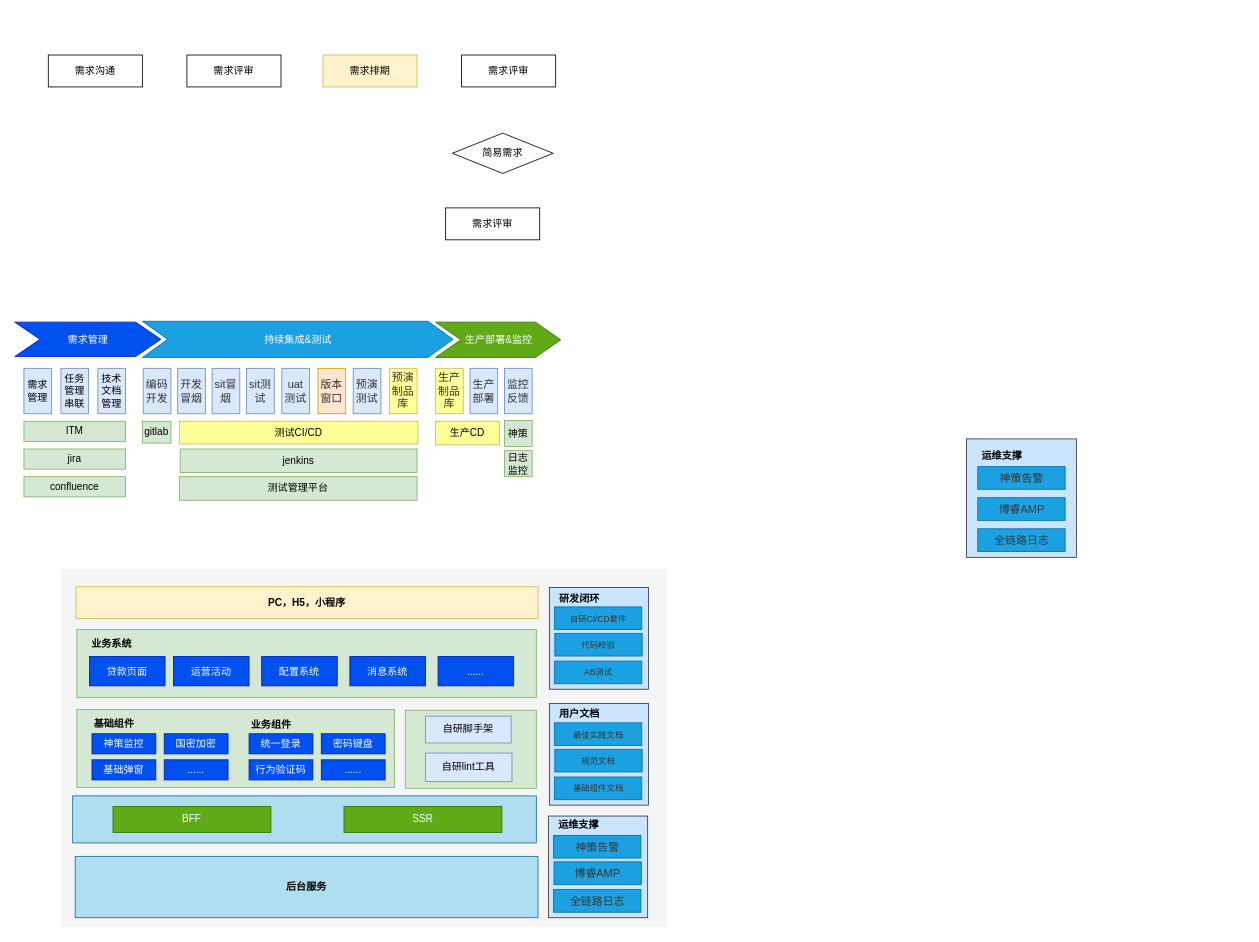
Earlier version of the draw.io diagram src/Untitled Diagram.drawio (qqstt/diagram). Source tidied: cells renumbered, new cells numbered last; positions are measured from the earlier drawing's top-left corner, leaving out a move shared by most shapes. Both pictures are drawn from the tidied source at 84%, with x=0, y=0 at pixel (14, 55).
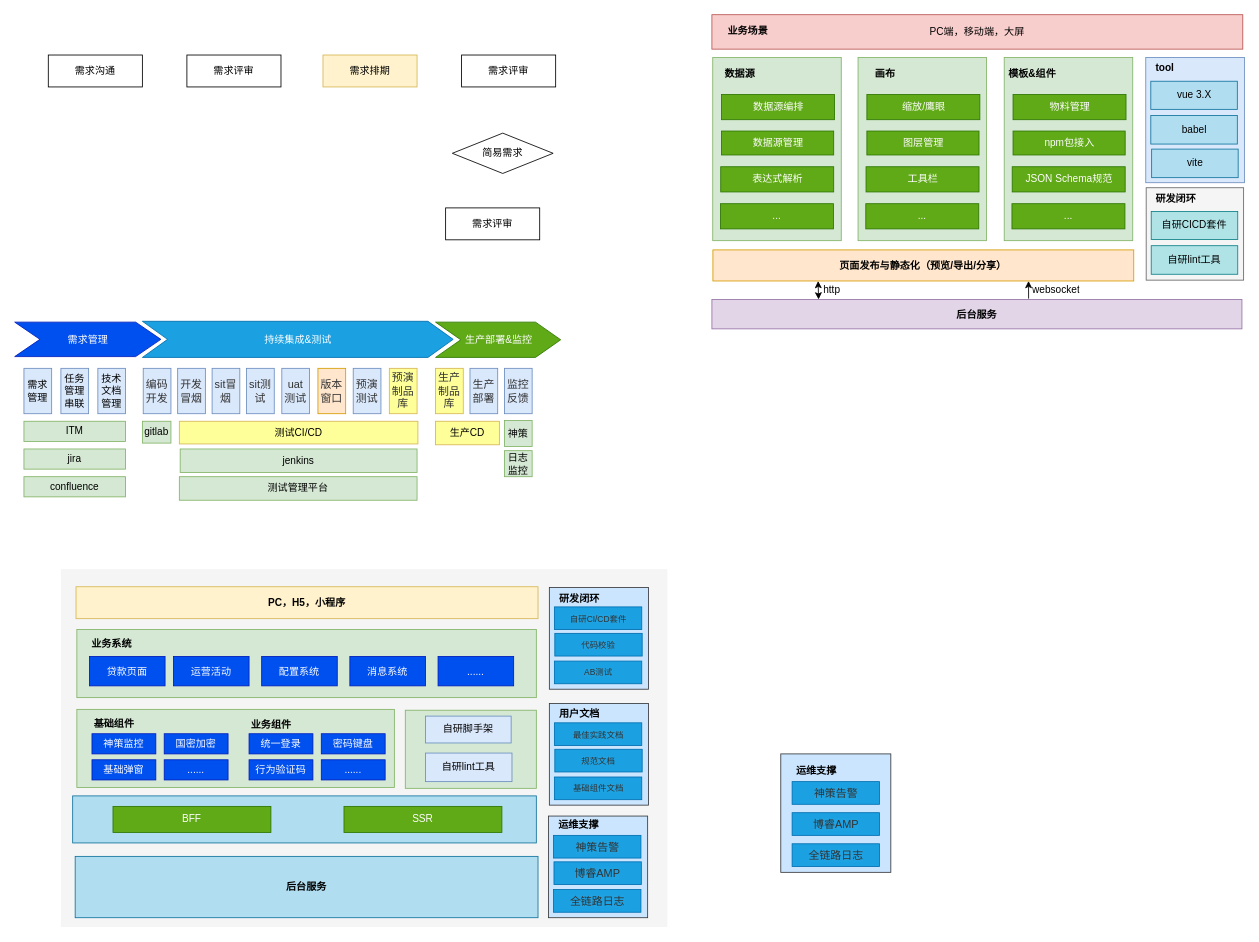
The same page after the edit.

What changed in the source:
```diff
@@
     <mxCell id="52" style="rounded=0;whiteSpace=wrap;html=1;fillColor=#cce5ff;strokeColor=#36393d;" parent="1" vertex="1">
-      <mxGeometry x="1133" y="457" width="131" height="141" as="geometry" />
+      <mxGeometry x="912" y="832" width="131" height="141" as="geometry" />
     </mxCell>
     <mxCell id="53" value="&lt;b&gt;运维支撑&lt;/b&gt;" style="text;html=1;align=center;verticalAlign=middle;fillColor=none;strokeColor=none;rounded=0;" parent="1" vertex="1">
-      <mxGeometry x="1146" y="468" width="58" height="18" as="geometry" />
+      <mxGeometry x="925" y="843" width="58" height="18" as="geometry" />
     </mxCell>
     <mxCell id="54" value="&lt;font color=&quot;#323232&quot;&gt;&lt;span style=&quot;font-size: 13px ; background-color: rgba(255 , 255 , 255 , 0.01)&quot;&gt;神策告警&lt;/span&gt;&lt;/font&gt;" style="rounded=0;whiteSpace=wrap;html=1;fillColor=#1ba1e2;strokeColor=#006EAF;fontColor=#ffffff;" parent="1" vertex="1">
-      <mxGeometry x="1146.5" y="490" width="104" height="27" as="geometry" />
+      <mxGeometry x="925.5" y="865" width="104" height="27" as="geometry" />
     </mxCell>
     <mxCell id="55" value="&lt;font color=&quot;#323232&quot;&gt;&lt;span style=&quot;font-size: 13px ; background-color: rgba(255 , 255 , 255 , 0.01)&quot;&gt;博睿AMP&lt;/span&gt;&lt;/font&gt;" style="rounded=0;whiteSpace=wrap;html=1;fillColor=#1ba1e2;strokeColor=#006EAF;fontColor=#ffffff;" parent="1" vertex="1">
-      <mxGeometry x="1146.5" y="527" width="104" height="27" as="geometry" />
+      <mxGeometry x="925.5" y="902" width="104" height="27" as="geometry" />
     </mxCell>
     <mxCell id="56" value="&lt;font color=&quot;#323232&quot;&gt;&lt;span style=&quot;font-size: 13px ; background-color: rgba(255 , 255 , 255 , 0.01)&quot;&gt;全链路日志&lt;/span&gt;&lt;/font&gt;" style="rounded=0;whiteSpace=wrap;html=1;fillColor=#1ba1e2;strokeColor=#006EAF;fontColor=#ffffff;" parent="1" vertex="1">
-      <mxGeometry x="1146.5" y="564" width="104" height="27" as="geometry" />
+      <mxGeometry x="925.5" y="939" width="104" height="27" as="geometry" />
     </mxCell>
@@
+    <mxCell id="82" style="rounded=0;whiteSpace=wrap;html=1;fillColor=#d5e8d4;strokeColor=#82b366;" parent="1" vertex="1">
+      <mxGeometry x="831" y="3" width="153" height="218" as="geometry" />
+    </mxCell>
+    <mxCell id="83" value="&lt;b&gt;数据源&lt;/b&gt;" style="text;html=1;align=center;verticalAlign=middle;fillColor=none;strokeColor=none;rounded=0;" parent="1" vertex="1">
+      <mxGeometry x="840" y="14" width="46" height="18" as="geometry" />
+    </mxCell>
+    <mxCell id="84" value="&lt;b&gt;后台服务&lt;/b&gt;" style="rounded=0;whiteSpace=wrap;html=1;fillColor=#e1d5e7;strokeColor=#9673a6;" parent="1" vertex="1">
+      <mxGeometry x="830" y="291" width="631" height="35" as="geometry" />
+    </mxCell>
+    <mxCell id="85" value="数据源编排" style="rounded=0;whiteSpace=wrap;html=1;fillColor=#60a917;strokeColor=#2D7600;fontColor=#ffffff;" parent="1" vertex="1">
+      <mxGeometry x="841.5" y="47" width="134.5" height="30" as="geometry" />
+    </mxCell>
+    <mxCell id="86" value="数据源管理" style="rounded=0;whiteSpace=wrap;html=1;fillColor=#60a917;strokeColor=#2D7600;fontColor=#ffffff;" parent="1" vertex="1">
+      <mxGeometry x="841.5" y="90.5" width="133.5" height="28.5" as="geometry" />
+    </mxCell>
+    <mxCell id="87" style="rounded=0;whiteSpace=wrap;html=1;fillColor=#f5f5f5;strokeColor=#666666;fontColor=#333333;" parent="1" vertex="1">
+      <mxGeometry x="1347" y="158" width="116" height="110" as="geometry" />
+    </mxCell>
+    <mxCell id="88" value="自研CICD套件" style="rounded=0;whiteSpace=wrap;html=1;fillColor=#b0e3e6;strokeColor=#0e8088;" parent="1" vertex="1">
+      <mxGeometry x="1353" y="186.2" width="103" height="33.5" as="geometry" />
+    </mxCell>
+    <mxCell id="89" value="自研lint工具" style="rounded=0;whiteSpace=wrap;html=1;fillColor=#b0e3e6;strokeColor=#0e8088;" parent="1" vertex="1">
+      <mxGeometry x="1353" y="227" width="103" height="34" as="geometry" />
+    </mxCell>
+    <mxCell id="90" value="PC端，移动端，大屏" style="rounded=0;whiteSpace=wrap;html=1;fillColor=#f8cecc;strokeColor=#b85450;" parent="1" vertex="1">
+      <mxGeometry x="830" y="-48" width="632" height="41" as="geometry" />
+    </mxCell>
+    <mxCell id="91" value="业务场景" style="text;html=1;strokeColor=none;fillColor=none;align=center;verticalAlign=middle;whiteSpace=wrap;overflow=hidden;fontStyle=1;" parent="1" vertex="1">
+      <mxGeometry x="834" y="-39" width="78" height="22" as="geometry" />
+    </mxCell>
+    <mxCell id="92" value="表达式解析" style="rounded=0;whiteSpace=wrap;html=1;fillColor=#60a917;strokeColor=#2D7600;fontColor=#ffffff;" parent="1" vertex="1">
+      <mxGeometry x="840.5" y="133" width="134.5" height="30" as="geometry" />
+    </mxCell>
+    <mxCell id="93" value="..." style="rounded=0;whiteSpace=wrap;html=1;fillColor=#60a917;strokeColor=#2D7600;fontColor=#ffffff;" parent="1" vertex="1">
+      <mxGeometry x="840.2" y="177" width="134.5" height="30" as="geometry" />
+    </mxCell>
+    <mxCell id="94" style="rounded=0;whiteSpace=wrap;html=1;fillColor=#d5e8d4;strokeColor=#82b366;" parent="1" vertex="1">
+      <mxGeometry x="1004" y="3" width="153" height="218" as="geometry" />
+    </mxCell>
+    <mxCell id="95" value="&lt;b&gt;画布&lt;/b&gt;" style="text;html=1;align=center;verticalAlign=middle;fillColor=none;strokeColor=none;rounded=0;" parent="1" vertex="1">
+      <mxGeometry x="1019" y="14" width="34" height="18" as="geometry" />
+    </mxCell>
+    <mxCell id="96" value="缩放/鹰眼" style="rounded=0;whiteSpace=wrap;html=1;fillColor=#60a917;strokeColor=#2D7600;fontColor=#ffffff;" parent="1" vertex="1">
+      <mxGeometry x="1014.5" y="47" width="134.5" height="30" as="geometry" />
+    </mxCell>
+    <mxCell id="97" value="图层管理" style="rounded=0;whiteSpace=wrap;html=1;fillColor=#60a917;strokeColor=#2D7600;fontColor=#ffffff;" parent="1" vertex="1">
+      <mxGeometry x="1014.5" y="90.5" width="133.5" height="28.5" as="geometry" />
+    </mxCell>
+    <mxCell id="98" value="工具栏" style="rounded=0;whiteSpace=wrap;html=1;fillColor=#60a917;strokeColor=#2D7600;fontColor=#ffffff;" parent="1" vertex="1">
+      <mxGeometry x="1013.5" y="133" width="134.5" height="30" as="geometry" />
+    </mxCell>
+    <mxCell id="99" value="..." style="rounded=0;whiteSpace=wrap;html=1;fillColor=#60a917;strokeColor=#2D7600;fontColor=#ffffff;" parent="1" vertex="1">
+      <mxGeometry x="1013.2" y="177" width="134.5" height="30" as="geometry" />
+    </mxCell>
+    <mxCell id="100" style="rounded=0;whiteSpace=wrap;html=1;fillColor=#d5e8d4;strokeColor=#82b366;" parent="1" vertex="1">
+      <mxGeometry x="1178" y="3" width="153" height="218" as="geometry" />
+    </mxCell>
+    <mxCell id="101" value="&lt;b&gt;模板&amp;amp;组件&lt;/b&gt;" style="text;html=1;align=center;verticalAlign=middle;fillColor=none;strokeColor=none;rounded=0;" parent="1" vertex="1">
+      <mxGeometry x="1177" y="14" width="67" height="18" as="geometry" />
+    </mxCell>
+    <mxCell id="102" value="物料管理" style="rounded=0;whiteSpace=wrap;html=1;fillColor=#60a917;strokeColor=#2D7600;fontColor=#ffffff;" parent="1" vertex="1">
+      <mxGeometry x="1188.5" y="47" width="134.5" height="30" as="geometry" />
+    </mxCell>
+    <mxCell id="103" value="npm包接入" style="rounded=0;whiteSpace=wrap;html=1;fillColor=#60a917;strokeColor=#2D7600;fontColor=#ffffff;" parent="1" vertex="1">
+      <mxGeometry x="1188.5" y="90.5" width="133.5" height="28.5" as="geometry" />
+    </mxCell>
+    <mxCell id="104" value="JSON Schema规范" style="rounded=0;whiteSpace=wrap;html=1;fillColor=#60a917;strokeColor=#2D7600;fontColor=#ffffff;" parent="1" vertex="1">
+      <mxGeometry x="1187.5" y="133" width="134.5" height="30" as="geometry" />
+    </mxCell>
+    <mxCell id="105" value="..." style="rounded=0;whiteSpace=wrap;html=1;fillColor=#60a917;strokeColor=#2D7600;fontColor=#ffffff;" parent="1" vertex="1">
+      <mxGeometry x="1187.2" y="177" width="134.5" height="30" as="geometry" />
+    </mxCell>
+    <mxCell id="106" value="&lt;b&gt;页面发布与静态化（预览/导出/分享）&lt;/b&gt;" style="rounded=0;whiteSpace=wrap;html=1;fillColor=#ffe6cc;strokeColor=#d79b00;" parent="1" vertex="1">
+      <mxGeometry x="831.2" y="232" width="501" height="37" as="geometry" />
+    </mxCell>
+    <mxCell id="107" style="endArrow=classic;startArrow=classic;html=1;rounded=0;entryX=0.25;entryY=1;entryDx=0;entryDy=0;" parent="1" edge="1" target="106">
+      <mxGeometry relative="1" as="geometry">
+        <mxPoint x="957" y="291" as="sourcePoint" />
+      </mxGeometry>
+    </mxCell>
+    <mxCell id="108" style="endArrow=classic;html=1;rounded=0;entryX=0.75;entryY=1;entryDx=0;entryDy=0;" parent="1" edge="1" target="106">
+      <mxGeometry relative="1" as="geometry">
+        <mxPoint x="1207" y="290" as="sourcePoint" />
+      </mxGeometry>
+    </mxCell>
+    <mxCell id="109" value="http" style="text;html=1;strokeColor=none;fillColor=none;align=center;verticalAlign=middle;whiteSpace=wrap;overflow=hidden;" parent="1" vertex="1">
+      <mxGeometry x="942" y="270" width="62" height="19" as="geometry" />
+    </mxCell>
+    <mxCell id="110" value="websocket" style="text;html=1;strokeColor=none;fillColor=none;align=center;verticalAlign=middle;whiteSpace=wrap;overflow=hidden;" parent="1" vertex="1">
+      <mxGeometry x="1209" y="270" width="62" height="19" as="geometry" />
+    </mxCell>
+    <mxCell id="111" value="&lt;b&gt;研发闭环&lt;/b&gt;" style="text;html=1;align=center;verticalAlign=middle;fillColor=none;strokeColor=none;rounded=0;" parent="1" vertex="1">
+      <mxGeometry x="1353" y="162" width="58" height="18" as="geometry" />
+    </mxCell>
+    <mxCell id="112" style="rounded=0;whiteSpace=wrap;html=1;fillColor=#dae8fc;strokeColor=#6c8ebf;" parent="1" vertex="1">
+      <mxGeometry x="1346.5" y="3" width="117.5" height="149" as="geometry" />
+    </mxCell>
+    <mxCell id="113" value="vue 3.X" style="rounded=0;whiteSpace=wrap;html=1;fillColor=#b1ddf0;strokeColor=#10739e;" parent="1" vertex="1">
+      <mxGeometry x="1352.5" y="31.2" width="103" height="33.5" as="geometry" />
+    </mxCell>
+    <mxCell id="114" value="babel" style="rounded=0;whiteSpace=wrap;html=1;fillColor=#b1ddf0;strokeColor=#10739e;" parent="1" vertex="1">
+      <mxGeometry x="1352.5" y="72" width="103" height="34" as="geometry" />
+    </mxCell>
+    <mxCell id="115" value="&lt;b&gt;tool&lt;/b&gt;" style="text;html=1;align=center;verticalAlign=middle;fillColor=none;strokeColor=none;rounded=0;" parent="1" vertex="1">
+      <mxGeometry x="1352.5" y="7" width="32" height="18" as="geometry" />
+    </mxCell>
+    <mxCell id="116" value="vite" style="rounded=0;whiteSpace=wrap;html=1;fillColor=#b1ddf0;strokeColor=#10739e;" parent="1" vertex="1">
+      <mxGeometry x="1353.5" y="112" width="103" height="34" as="geometry" />
+    </mxCell>
```
